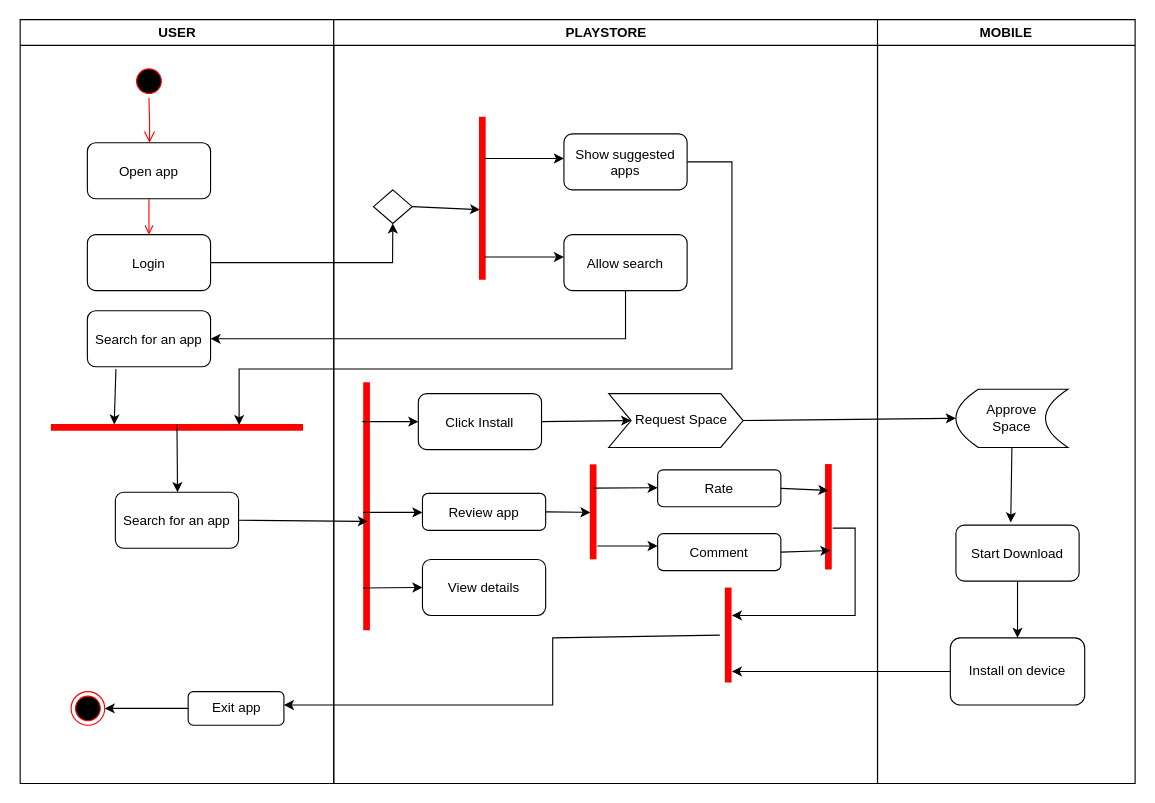
Above: activity dg.drawio in Subhodeep01/Flowcharts (draw.io), before the change. Source tidied: cells renumbered, new cells numbered last; positions are measured from the earlier drawing's top-left corner, leaving out a move shared by most shapes. Both pictures are drawn from the tidied source at 112%, with x=0, y=0 at pixel (19, 19).
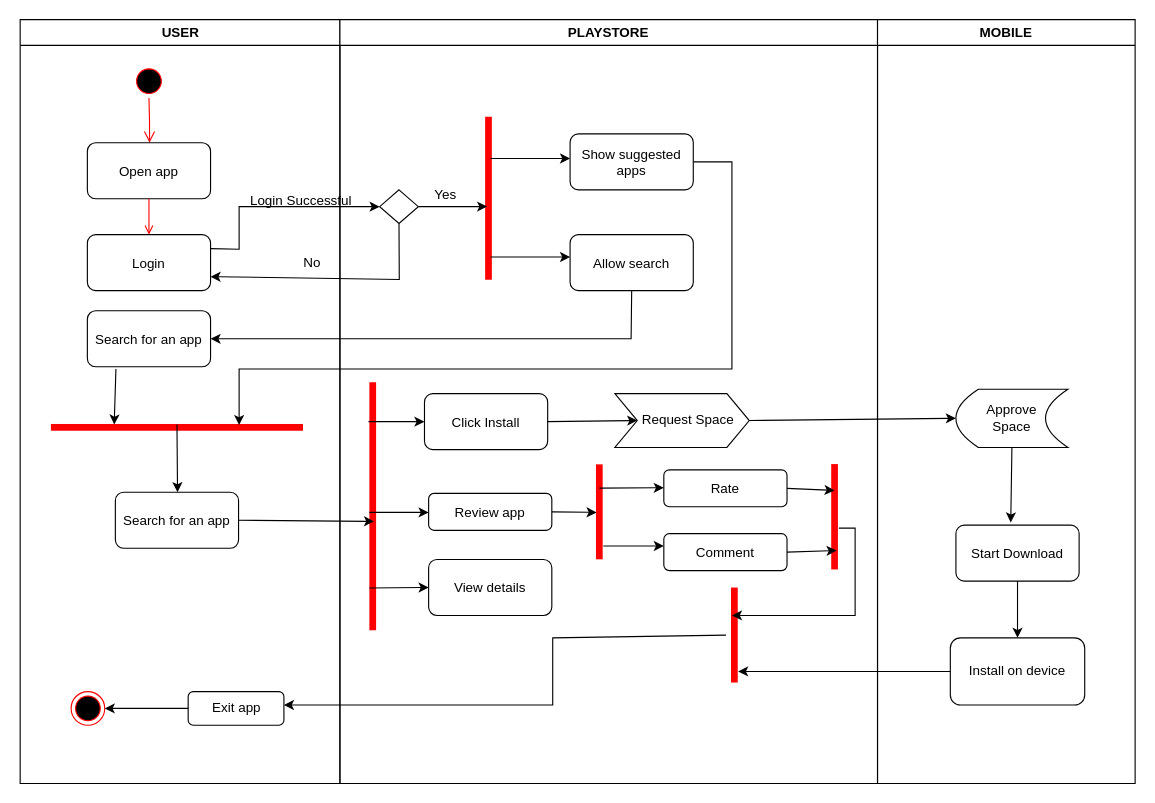
Above is the later version.

Unchanged cells that the change refers to:
```xml
<mxCell id="6" value="Login" style="rounded=1;" parent="2" vertex="1">
  <mxGeometry x="60" y="192" width="110" height="50" as="geometry" />
</mxCell>
<mxCell id="8" value="Search for an app" style="rounded=1;" parent="2" vertex="1">
  <mxGeometry x="60" y="260" width="110" height="50" as="geometry" />
</mxCell>
<mxCell id="19" style="rhombus;whiteSpace=wrap;html=1;rounded=0;" parent="18" vertex="1">
  <mxGeometry x="35.5" y="152" width="34.5" height="30" as="geometry" />
</mxCell>
<mxCell id="20" style="shape=line;strokeWidth=6;strokeColor=#ff0000;rotation=90;" parent="18" vertex="1">
  <mxGeometry x="59.8" y="152" width="145.7" height="15" as="geometry" />
</mxCell>
<mxCell id="23" value="Allow search" style="rounded=1;" parent="18" vertex="1">
  <mxGeometry x="205.5" y="192" width="110" height="50" as="geometry" />
</mxCell>
```

Change to the diagram source:
```diff
@@
     <mxCell id="2" value="USER" style="swimlane;whiteSpace=wrap;" parent="1" vertex="1">
-      <mxGeometry x="0.5" width="280" height="682" as="geometry" />
+      <mxGeometry x="0.5" width="285.5" height="682" as="geometry" />
     </mxCell>
@@
+    <mxCell id="57" value="Login Successful" style="text;html=1;align=center;verticalAlign=middle;fillColor=none;strokeColor=none;rounded=0;" parent="2" vertex="1">
+      <mxGeometry x="195" y="152" width="110" height="20" as="geometry" />
+    </mxCell>
+    <mxCell id="58" value="No" style="text;html=1;align=center;verticalAlign=middle;fillColor=none;strokeColor=none;rounded=0;" parent="2" vertex="1">
+      <mxGeometry x="245.5" y="207" width="30" height="20" as="geometry" />
+    </mxCell>
     <mxCell id="18" value="PLAYSTORE" style="swimlane;whiteSpace=wrap;" parent="1" vertex="1">
-      <mxGeometry x="280.5" width="485.5" height="682" as="geometry" />
+      <mxGeometry x="286" width="480" height="682" as="geometry" />
     </mxCell>
@@
-    <mxCell id="21" style="endArrow=classic;html=1;rounded=0;exitX=1;exitY=0.5;exitDx=0;exitDy=0;entryX=0.57;entryY=0.633;entryDx=0;entryDy=0;entryPerimeter=0;" parent="18" edge="1" source="19" target="20">
+    <mxCell id="21" style="endArrow=classic;html=1;rounded=0;exitX=1;exitY=0.5;exitDx=0;exitDy=0;entryX=0.551;entryY=0.578;entryDx=0;entryDy=0;entryPerimeter=0;" parent="18" edge="1" source="19" target="20">
       <mxGeometry relative="1" as="geometry" />
     </mxCell>
@@
+    <mxCell id="59" value="Yes" style="text;html=1;align=center;verticalAlign=middle;fillColor=none;strokeColor=none;rounded=0;" parent="18" vertex="1">
+      <mxGeometry x="74.2" y="147" width="40" height="20" as="geometry" />
+    </mxCell>
@@
     <mxCell id="52" style="endArrow=classic;html=1;rounded=0;exitX=0.5;exitY=1;exitDx=0;exitDy=0;entryX=1;entryY=0.5;entryDx=0;entryDy=0;" parent="1" edge="1" source="23" target="8">
       <mxGeometry relative="1" as="geometry">
         <Array as="points">
-          <mxPoint x="541" y="285" />
+          <mxPoint x="546" y="285" />
         </Array>
       </mxGeometry>
     </mxCell>
@@
-    <mxCell id="54" style="endArrow=classic;html=1;rounded=0;entryX=0.5;entryY=1;entryDx=0;entryDy=0;" parent="1" edge="1" source="6" target="19">
+    <mxCell id="54" style="endArrow=classic;html=1;rounded=0;entryX=0;entryY=0.5;entryDx=0;entryDy=0;exitX=1;exitY=0.25;exitDx=0;exitDy=0;" parent="1" edge="1" source="6" target="19">
       <mxGeometry relative="1" as="geometry">
         <Array as="points">
-          <mxPoint x="333" y="217" />
+          <mxPoint x="196" y="205" />
+          <mxPoint x="196" y="167" />
         </Array>
       </mxGeometry>
     </mxCell>
@@
+    <mxCell id="60" style="endArrow=classic;html=1;rounded=0;exitX=0.5;exitY=1;exitDx=0;exitDy=0;entryX=1;entryY=0.75;entryDx=0;entryDy=0;" parent="1" edge="1" source="19" target="6">
+      <mxGeometry relative="1" as="geometry">
+        <Array as="points">
+          <mxPoint x="339" y="232" />
+        </Array>
+      </mxGeometry>
+    </mxCell>
```
